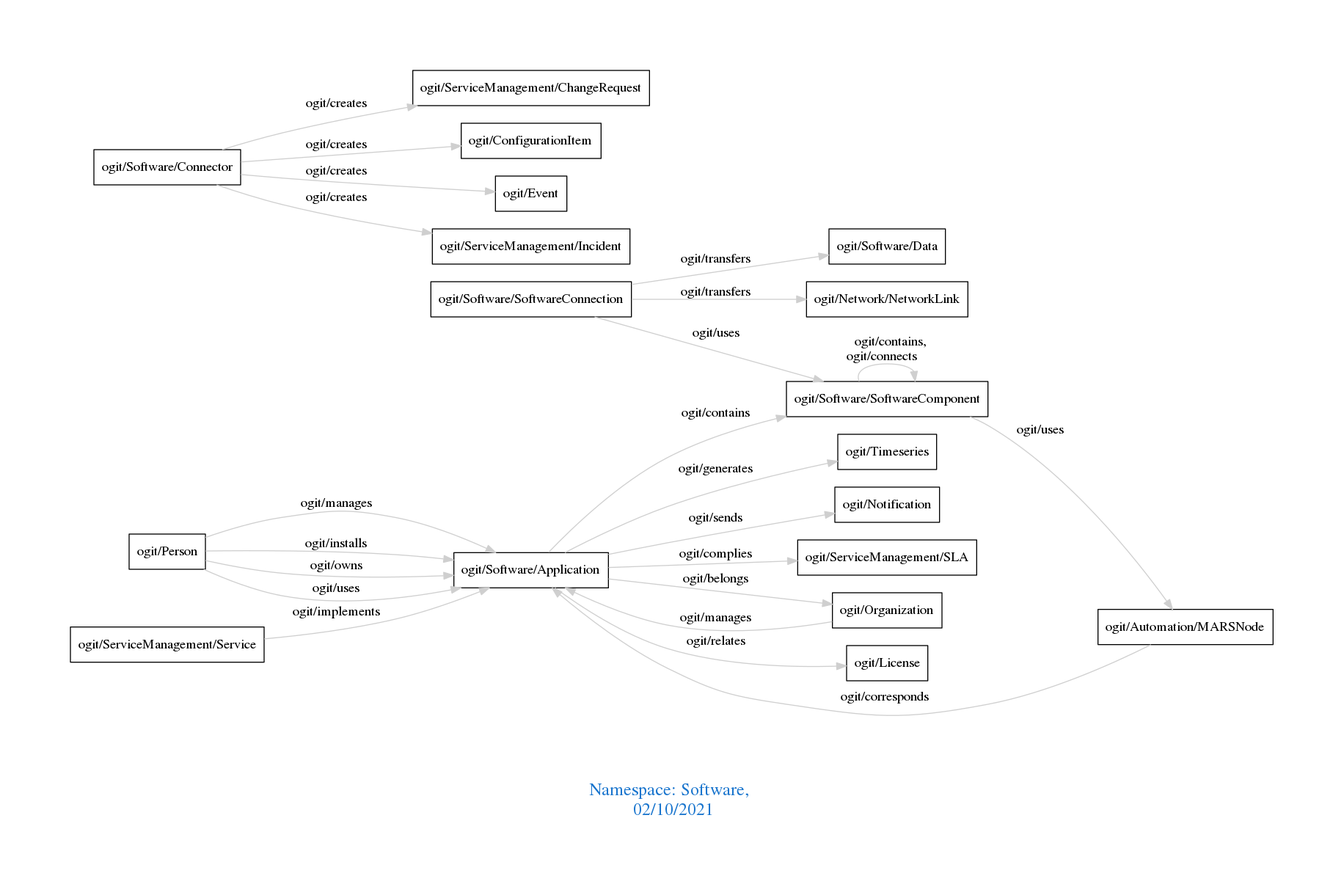
Earlier version of the Graphviz export downloads/Software.png (arago/OGIT). Its source is kept beside it as downloads/Software.dot.
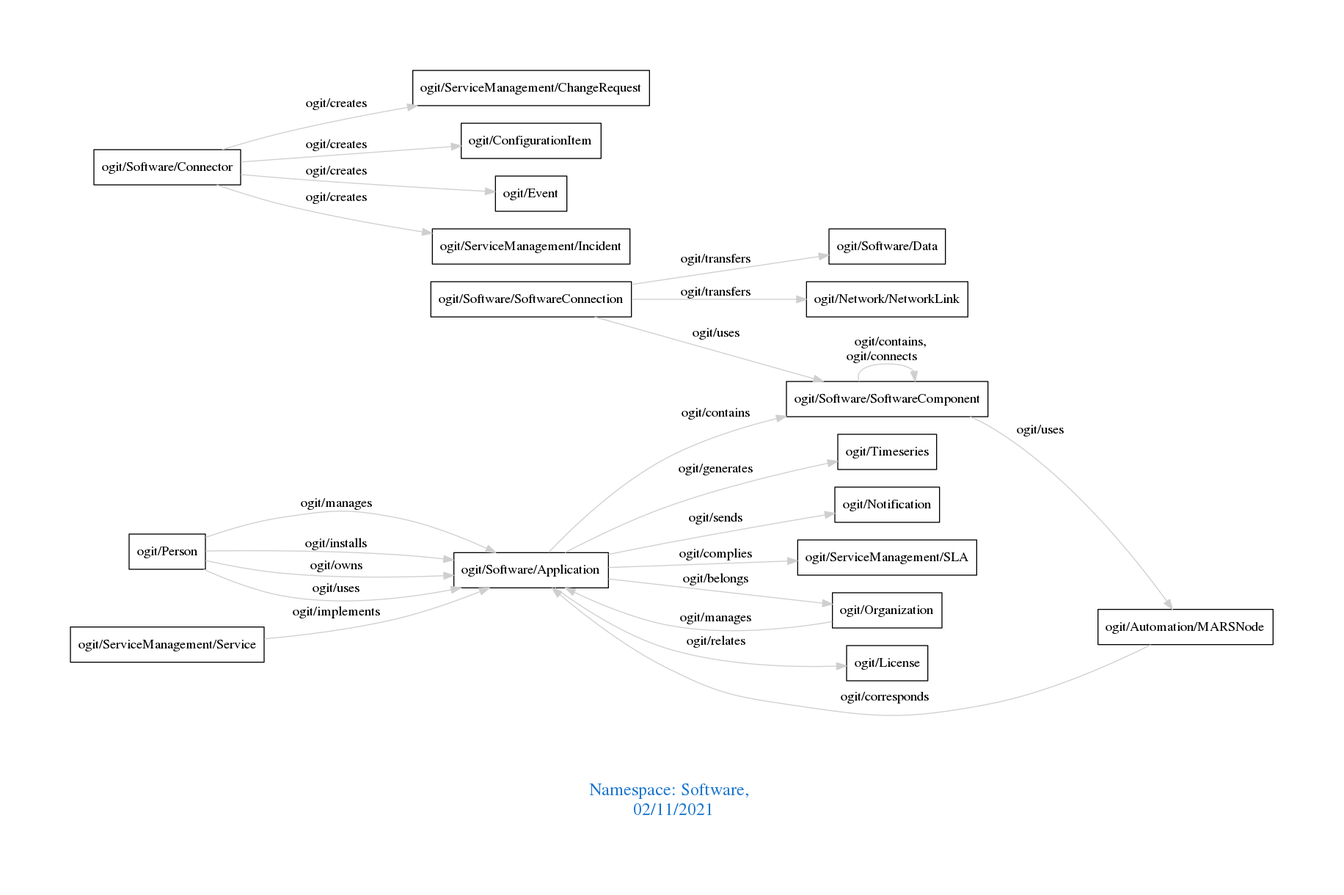
Later version of the same file.

Diff of the diagram source:
```diff
@@ -1,7 +1,7 @@
 digraph OGIT_ontology {
  graph [ rankdir= LR,pad=1
 fontsize = 18,
-fontcolor= dodgerblue3,label = "\n\n\nNamespace: Software, \n 02/10/2021"];
+fontcolor= dodgerblue3,label = "\n\n\nNamespace: Software, \n 02/11/2021"];
 node[shape=polygon];
 edge [  color="gray81"];
 
```
